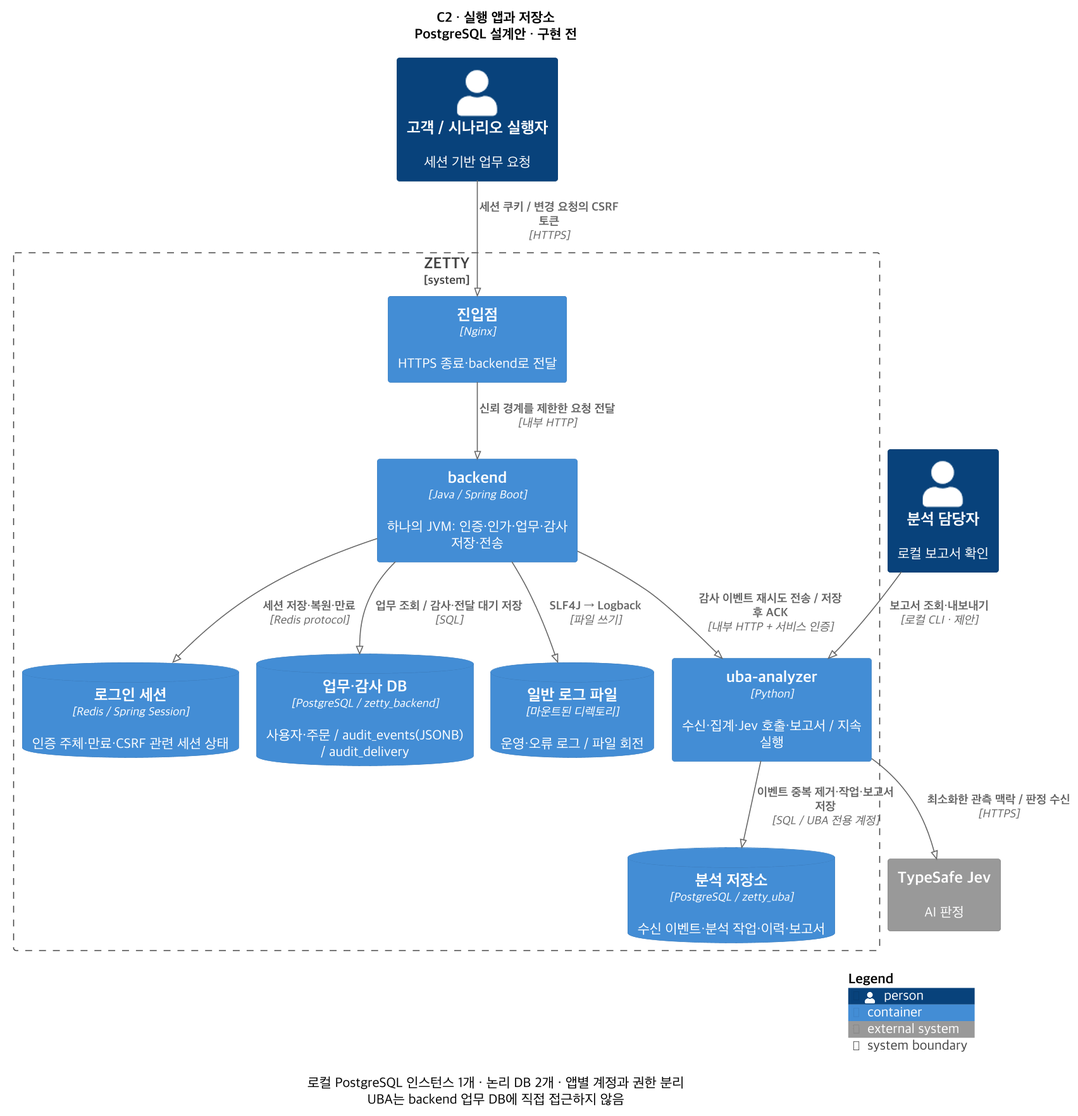
Earlier version of the PlantUML export docs/architecture/session-backend-c4/c2-containers.png (ZETTY-ZEROTRUST/backend).
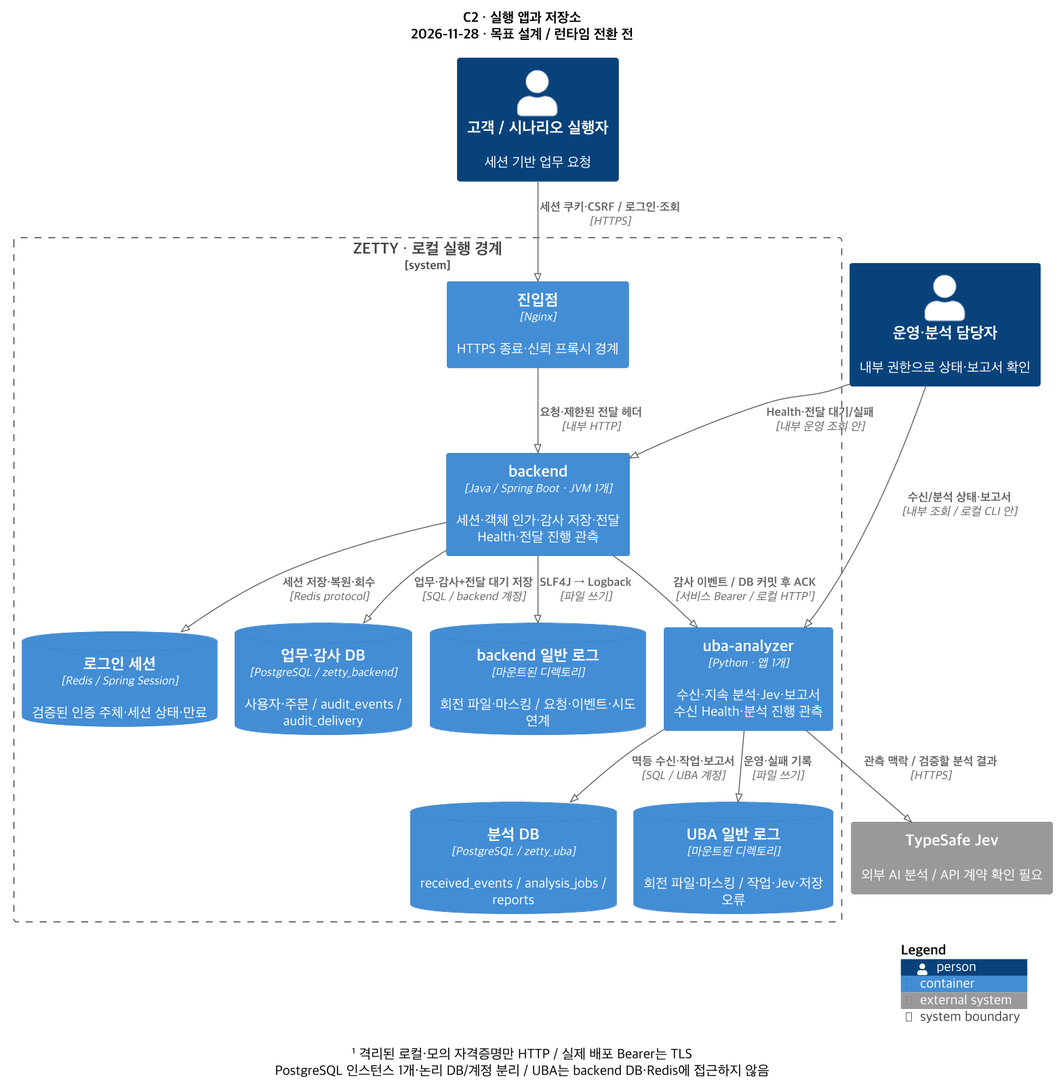
The same diagram one commit later.

The edit, as a diff of the source:
```diff
@@ -4,33 +4,34 @@
 skinparam defaultFontSize 14
 skinparam backgroundColor #FFFFFF
 skinparam shadowing false
-skinparam dpi 150
+skinparam dpi 140
 !include <C4/C4_Container>
 LAYOUT_TOP_DOWN()
-title C2 · 실행 앱과 저장소\nPostgreSQL 설계안 · 구현 전
-
+title C2 · 실행 앱과 저장소\n2026-11-28 · 목표 설계 / 런타임 전환 전
 Person(user, "고객 / 시나리오 실행자", "세션 기반 업무 요청")
-Person(analyst, "분석 담당자", "로컬 보고서 확인")
-System_Ext(jev, "TypeSafe Jev", "AI 판정")
-System_Boundary(z, "ZETTY") {
- Container(nginx, "진입점", "Nginx", "HTTPS 종료·backend로 전달")
- Container(backend, "backend", "Java / Spring Boot", "하나의 JVM: 인증·인가·업무·감사 저장·전송")
- ContainerDb(redis, "로그인 세션", "Redis / Spring Session", "인증 주체·만료·CSRF 관련 세션 상태")
- ContainerDb(db, "업무·감사 DB", "PostgreSQL / zetty_backend", "사용자·주문 / audit_events(JSONB) / audit_delivery")
- ContainerDb(logs, "일반 로그 파일", "마운트된 디렉토리", "운영·오류 로그 / 파일 회전")
- Container(uba, "uba-analyzer", "Python", "수신·집계·Jev 호출·보고서 / 지속 실행")
- ContainerDb(store, "분석 저장소", "PostgreSQL / zetty_uba", "수신 이벤트·분석 작업·이력·보고서")
+Person(operator, "운영·분석 담당자", "내부 권한으로 상태·보고서 확인")
+System_Ext(jev, "TypeSafe Jev", "외부 AI 분석 / API 계약 확인 필요")
+System_Boundary(z, "ZETTY · 로컬 실행 경계") {
+ Container(nginx, "진입점", "Nginx", "HTTPS 종료·신뢰 프록시 경계")
+ Container(backend, "backend", "Java / Spring Boot · JVM 1개", "세션·객체 인가·감사 저장·전달\nHealth·전달 진행 관측")
+ Container(uba, "uba-analyzer", "Python · 앱 1개", "수신·지속 분석·Jev·보고서\n수신 Health·분석 진행 관측")
+ ContainerDb(redis, "로그인 세션", "Redis / Spring Session", "검증된 인증 주체·세션 상태·만료")
+ ContainerDb(db, "업무·감사 DB", "PostgreSQL / zetty_backend", "사용자·주문 / audit_events / audit_delivery")
+ ContainerDb(store, "분석 DB", "PostgreSQL / zetty_uba", "received_events / analysis_jobs / reports")
+ ContainerDb(blog, "backend 일반 로그", "마운트된 디렉토리", "회전 파일·마스킹 / 요청·이벤트·시도 연계")
+ ContainerDb(ulog, "UBA 일반 로그", "마운트된 디렉토리", "회전 파일·마스킹 / 작업·Jev·저장 오류")
 }
-Rel(user, nginx, "세션 쿠키 / 변경 요청의 CSRF 토큰", "HTTPS")
-Rel(nginx, backend, "신뢰 경계를 제한한 요청 전달", "내부 HTTP")
-Rel(backend, redis, "세션 저장·복원·만료", "Redis protocol")
-Rel(backend, db, "업무 조회 / 감사·전달 대기 저장", "SQL")
-Rel(backend, logs, "SLF4J → Logback", "파일 쓰기")
-Rel(backend, uba, "감사 이벤트 재시도 전송 / 저장 후 ACK", "내부 HTTP + 서비스 인증")
-Rel(uba, store, "이벤트 중복 제거·작업·보고서 저장", "SQL / UBA 전용 계정")
-Rel(uba, jev, "최소화한 관측 맥락 / 판정 수신", "HTTPS")
-Rel(analyst, uba, "보고서 조회·내보내기", "로컬 CLI · 제안")
-
-caption 로컬 PostgreSQL 인스턴스 1개 · 논리 DB 2개 · 앱별 계정과 권한 분리\nUBA는 backend 업무 DB에 직접 접근하지 않음
+Rel(user, nginx, "세션 쿠키·CSRF / 로그인·조회", "HTTPS")
+Rel(nginx, backend, "요청·제한된 전달 헤더", "내부 HTTP")
+Rel(backend, redis, "세션 저장·복원·회수", "Redis protocol")
+Rel(backend, db, "업무·감사+전달 대기 저장", "SQL / backend 계정")
+Rel(backend, blog, "SLF4J → Logback", "파일 쓰기")
+Rel(backend, uba, "감사 이벤트 / DB 커밋 후 ACK", "서비스 Bearer / 로컬 HTTP¹")
+Rel(uba, store, "멱등 수신·작업·보고서", "SQL / UBA 계정")
+Rel(uba, ulog, "운영·실패 기록", "파일 쓰기")
+Rel(uba, jev, "관측 맥락 / 검증할 분석 결과", "HTTPS")
+Rel(operator, backend, "Health·전달 대기/실패", "내부 운영 조회 안")
+Rel(operator, uba, "수신/분석 상태·보고서", "내부 조회 / 로컬 CLI 안")
+caption ¹ 격리된 로컬·모의 자격증명만 HTTP / 실제 배포 Bearer는 TLS\nPostgreSQL 인스턴스 1개·논리 DB/계정 분리 / UBA는 backend DB·Redis에 접근하지 않음
 SHOW_LEGEND()
 @enduml
```
